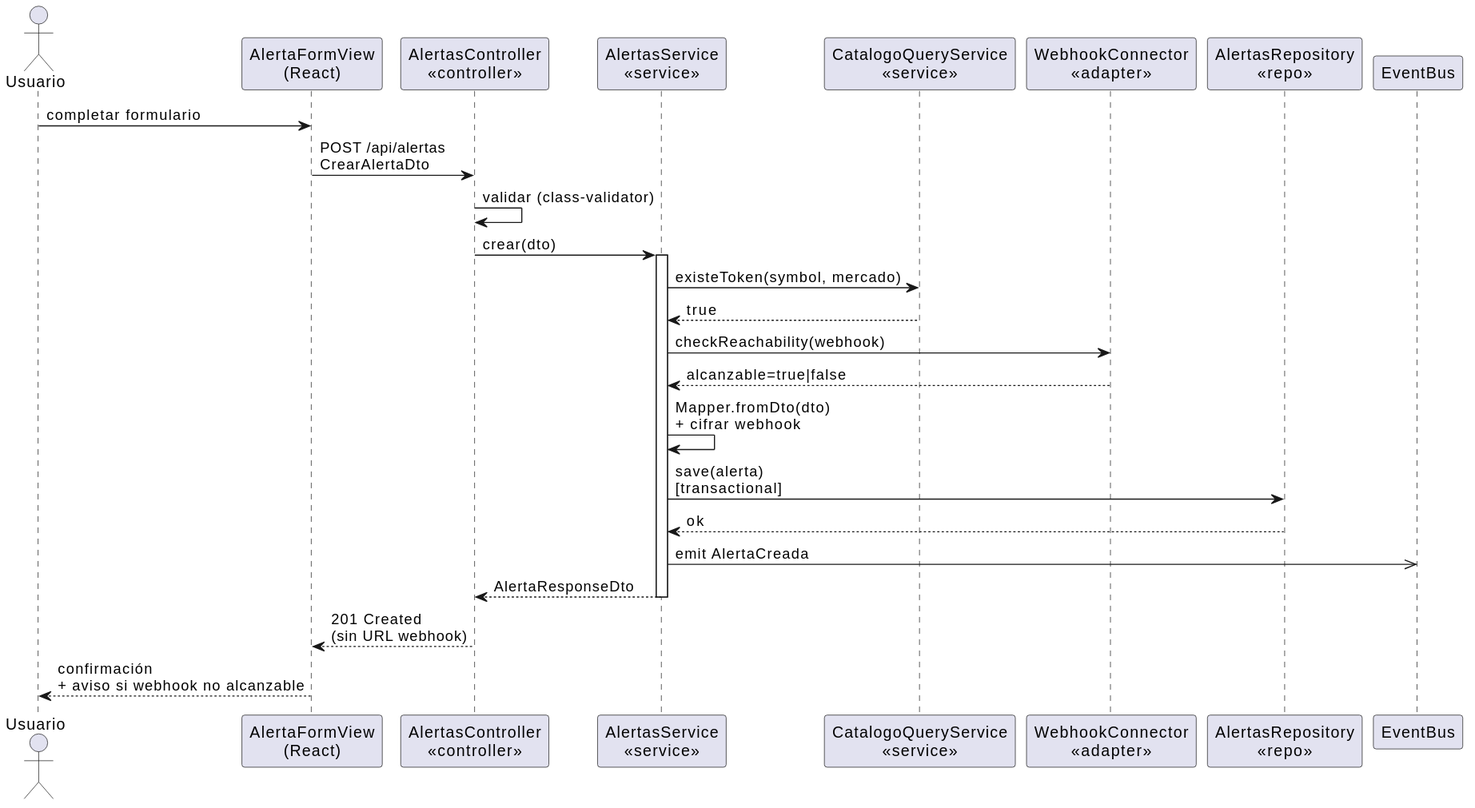
nekiiiiis/tfg keeps this PlantUML diagram as imagenes/capitulo3/diseno-secuencia-CU-09.svg. Above is the earlier version. Its diagram source:
```plantuml
@startuml
skinparam shadowing false

actor "Usuario" as U
participant "AlertaFormView\n(React)" as VIEW
participant "AlertasController\n<<controller>>" as CTRL
participant "AlertasService\n<<service>>" as SVC
participant "CatalogoQueryService\n<<service>>" as CAT
participant "WebhookConnector\n<<adapter>>" as WHC
participant "AlertasRepository\n<<repo>>" as REPO
participant "EventBus" as BUS

U -> VIEW : completar formulario
VIEW -> CTRL : POST /api/alertas\nCrearAlertaDto
CTRL -> CTRL : validar (class-validator)

CTRL -> SVC : crear(dto)
activate SVC

SVC -> CAT : existeToken(symbol, mercado)
CAT --> SVC : true

SVC -> WHC : checkReachability(webhook)
WHC --> SVC : alcanzable=true|false

SVC -> SVC : Mapper.fromDto(dto)\n+ cifrar webhook
SVC -> REPO : save(alerta)\n[transactional]
REPO --> SVC : ok

SVC ->> BUS : emit AlertaCreada
SVC --> CTRL : AlertaResponseDto
deactivate SVC

CTRL --> VIEW : 201 Created\n(sin URL webhook)
VIEW --> U : confirmación\n+ aviso si webhook no alcanzable
@enduml
```
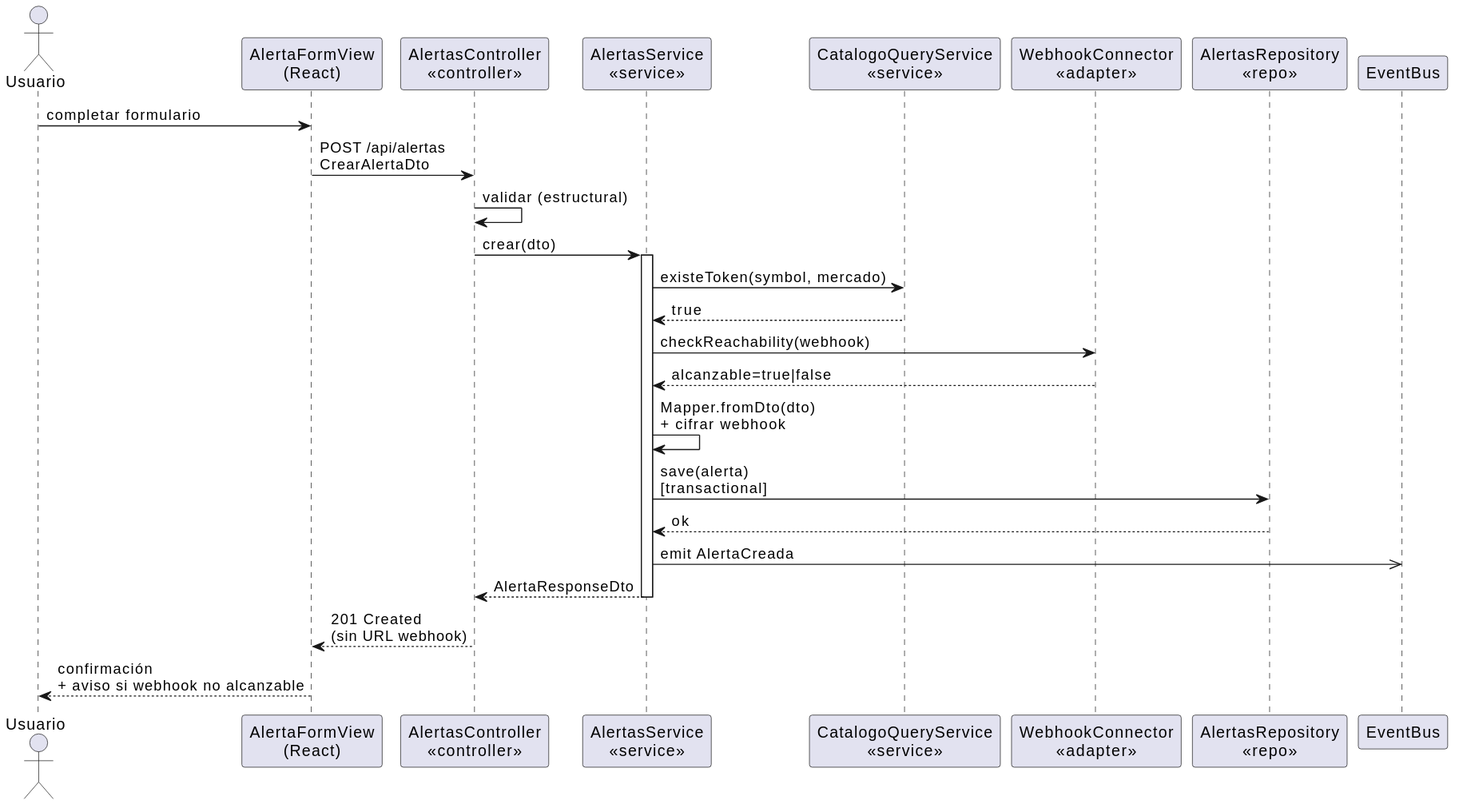
Above is the later version.

Diff of the diagram source:
```diff
@@ -12,7 +12,7 @@
 
 U -> VIEW : completar formulario
 VIEW -> CTRL : POST /api/alertas\nCrearAlertaDto
-CTRL -> CTRL : validar (class-validator)
+CTRL -> CTRL : validar (estructural)
 
 CTRL -> SVC : crear(dto)
 activate SVC
```
